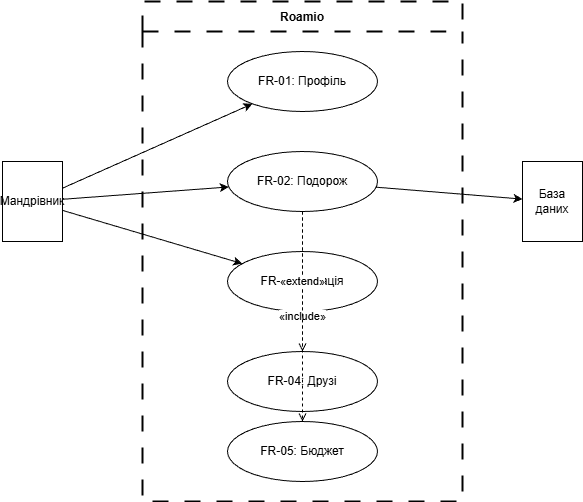
Above: diagrams/usecase.png in maximumhaze/bse-lr1-kozinskyi (draw.io), before the change. Source tidied: cells renumbered, new cells last; positions are measured from the earlier drawing's top-left corner, leaving out a move shared by most shapes. Its diagram source:
```xml
<mxGraphModel>
  <root>
    <mxCell id="0" />
    <mxCell id="1" parent="0" />
    <mxCell id="2" value="Roamio" style="swimlane;startSize=30;dashed=1;dashPattern=8 8;strokeWidth=2;" parent="1" vertex="1">
      <mxGeometry x="140" width="320" height="500" as="geometry" />
    </mxCell>
    <mxCell id="3" value="FR-01: Профіль" style="ellipse;whiteSpace=wrap;html=1;" parent="2" vertex="1">
      <mxGeometry x="85" y="50" width="150" height="60" as="geometry" />
    </mxCell>
    <mxCell id="4" value="FR-02: Подорож" style="ellipse;whiteSpace=wrap;html=1;" parent="2" vertex="1">
      <mxGeometry x="85" y="150" width="150" height="60" as="geometry" />
    </mxCell>
    <mxCell id="5" value="FR-03: Локація" style="ellipse;whiteSpace=wrap;html=1;" parent="2" vertex="1">
      <mxGeometry x="85" y="250" width="150" height="60" as="geometry" />
    </mxCell>
    <mxCell id="6" value="FR-04: Друзі" style="ellipse;whiteSpace=wrap;html=1;" parent="2" vertex="1">
      <mxGeometry x="85" y="350" width="150" height="60" as="geometry" />
    </mxCell>
    <mxCell id="7" value="FR-05: Бюджет" style="ellipse;whiteSpace=wrap;html=1;" parent="2" vertex="1">
      <mxGeometry x="85" y="420" width="150" height="60" as="geometry" />
    </mxCell>
    <mxCell id="8" value="«include»" style="dashed=1;endArrow=open;endFill=0;html=1;" parent="2" edge="1" source="4" target="7">
      <mxGeometry relative="1" as="geometry" />
    </mxCell>
    <mxCell id="9" value="«extend»" style="dashed=1;endArrow=open;endFill=0;html=1;" parent="2" edge="1" source="4" target="6">
      <mxGeometry relative="1" as="geometry" />
    </mxCell>
    <mxCell id="10" value="Мандрівник" style="shape=mxgraph.flowchart.actor;whiteSpace=wrap;html=1;" parent="1" vertex="1">
      <mxGeometry y="160" width="60" height="80" as="geometry" />
    </mxCell>
    <mxCell id="11" value="База даних" style="shape=mxgraph.flowchart.actor;whiteSpace=wrap;html=1;" parent="1" vertex="1">
      <mxGeometry x="520" y="160" width="60" height="80" as="geometry" />
    </mxCell>
    <mxCell id="12" parent="1" edge="1" source="10" target="3">
      <mxGeometry relative="1" as="geometry" />
    </mxCell>
    <mxCell id="13" parent="1" edge="1" source="10" target="4">
      <mxGeometry relative="1" as="geometry" />
    </mxCell>
    <mxCell id="14" parent="1" edge="1" source="10" target="5">
      <mxGeometry relative="1" as="geometry" />
    </mxCell>
    <mxCell id="15" parent="1" edge="1" source="4" target="11">
      <mxGeometry relative="1" as="geometry" />
    </mxCell>
  </root>
</mxGraphModel>
```
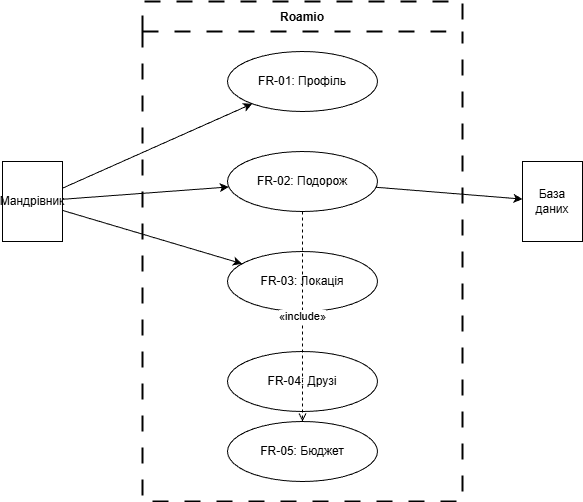
The same file after the commit.

The edit, as a diff of the source:
```diff
@@ -23,9 +23,6 @@
     <mxCell id="8" value="«include»" style="dashed=1;endArrow=open;endFill=0;html=1;" parent="2" edge="1" source="4" target="7">
       <mxGeometry relative="1" as="geometry" />
     </mxCell>
-    <mxCell id="9" value="«extend»" style="dashed=1;endArrow=open;endFill=0;html=1;" parent="2" edge="1" source="4" target="6">
-      <mxGeometry relative="1" as="geometry" />
-    </mxCell>
     <mxCell id="10" value="Мандрівник" style="shape=mxgraph.flowchart.actor;whiteSpace=wrap;html=1;" parent="1" vertex="1">
       <mxGeometry y="160" width="60" height="80" as="geometry" />
     </mxCell>
```
